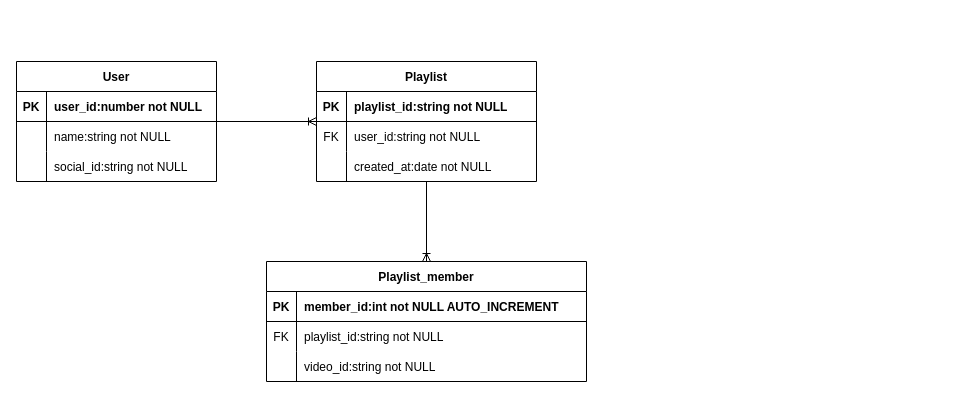
toki0902/psApp_Nextjs keeps this draw.io diagram as docs/er.drawio. Above is the earlier version. Source tidied: cells renumbered, new cells numbered last; positions are measured from the earlier drawing's top-left corner, leaving out a move shared by most shapes. Both pictures are drawn from the tidied source at 100%, with x=0, y=0 at pixel (16, 61).
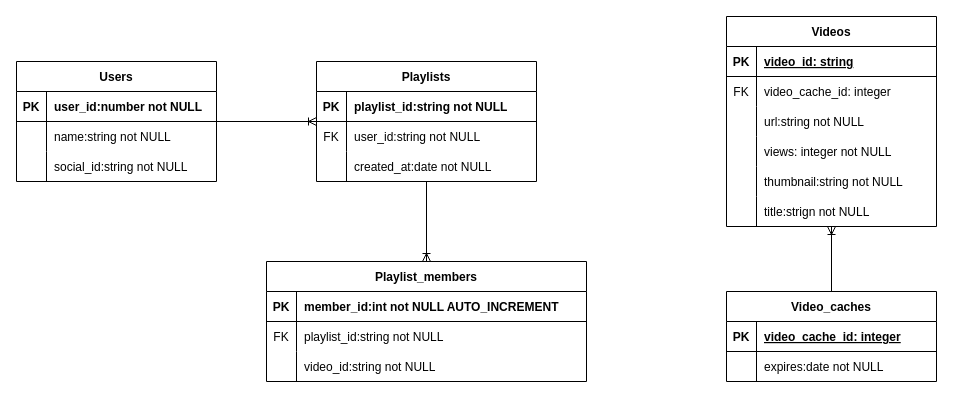
The same page after the edit.

The edit, as a diff of the source:
```diff
@@
-    <mxCell id="4" value="User" style="shape=table;startSize=30;childLayout=tableLayout;rowLines=0;fontStyle=1;align=center;" parent="1" vertex="1">
+    <mxCell id="4" value="Users" style="shape=table;startSize=30;childLayout=tableLayout;rowLines=0;fontStyle=1;align=center;" parent="1" vertex="1">
       <mxGeometry width="200" height="120" as="geometry" />
     </mxCell>
@@
-    <mxCell id="14" value="Playlist" style="shape=table;startSize=30;childLayout=tableLayout;rowLines=0;fontStyle=1;align=center;" parent="1" vertex="1">
+    <mxCell id="14" value="Playlists" style="shape=table;startSize=30;childLayout=tableLayout;rowLines=0;fontStyle=1;align=center;" parent="1" vertex="1">
       <mxGeometry x="300" width="220" height="120" as="geometry" />
     </mxCell>
@@
-    <mxCell id="24" value="Playlist_member" style="shape=table;startSize=30;childLayout=tableLayout;rowLines=0;fontStyle=1;align=center;" parent="1" vertex="1">
+    <mxCell id="24" value="Playlist_members" style="shape=table;startSize=30;childLayout=tableLayout;rowLines=0;fontStyle=1;align=center;" parent="1" vertex="1">
       <mxGeometry x="250" y="200" width="320" height="120" as="geometry" />
     </mxCell>
@@
+    <mxCell id="34" value="Videos" style="shape=table;startSize=30;childLayout=tableLayout;rowLines=0;fontStyle=1;align=center;" parent="1" vertex="1">
+      <mxGeometry x="710" y="-45" width="210" height="210" as="geometry" />
+    </mxCell>
+    <mxCell id="35" style="shape=tableRow;horizontal=0;startSize=0;swimlaneHead=0;swimlaneBody=0;fillColor=none;top=0;left=0;right=0;bottom=1;" parent="34" vertex="1">
+      <mxGeometry y="30" width="210" height="30" as="geometry" />
+    </mxCell>
+    <mxCell id="36" value="PK" style="shape=partialRectangle;fillColor=none;top=0;left=0;bottom=0;right=0;fontStyle=1;overflow=hidden;" parent="35" vertex="1">
+      <mxGeometry width="30" height="30" as="geometry" />
+    </mxCell>
+    <mxCell id="37" value="video_id: string" style="shape=partialRectangle;fillColor=none;top=0;left=0;bottom=0;right=0;align=left;spacingLeft=6;fontStyle=5;overflow=hidden;" parent="35" vertex="1">
+      <mxGeometry x="30" width="180" height="30" as="geometry" />
+    </mxCell>
+    <mxCell id="38" style="shape=tableRow;horizontal=0;startSize=0;swimlaneHead=0;swimlaneBody=0;fillColor=none;top=0;left=0;right=0;bottom=0;" parent="34" vertex="1">
+      <mxGeometry y="60" width="210" height="30" as="geometry" />
+    </mxCell>
+    <mxCell id="39" value="FK" style="shape=partialRectangle;fillColor=none;top=0;left=0;bottom=0;right=0;overflow=hidden;" parent="38" vertex="1">
+      <mxGeometry width="30" height="30" as="geometry" />
+    </mxCell>
+    <mxCell id="40" value="video_cache_id: integer" style="shape=partialRectangle;fillColor=none;top=0;left=0;bottom=0;right=0;align=left;spacingLeft=6;overflow=hidden;" parent="38" vertex="1">
+      <mxGeometry x="30" width="180" height="30" as="geometry" />
+    </mxCell>
+    <mxCell id="41" style="shape=tableRow;horizontal=0;startSize=0;swimlaneHead=0;swimlaneBody=0;fillColor=none;top=0;left=0;right=0;bottom=0;" parent="34" vertex="1">
+      <mxGeometry y="90" width="210" height="30" as="geometry" />
+    </mxCell>
+    <mxCell id="42" style="shape=partialRectangle;fillColor=none;top=0;left=0;bottom=0;right=0;overflow=hidden;" parent="41" vertex="1">
+      <mxGeometry width="30" height="30" as="geometry" />
+    </mxCell>
+    <mxCell id="43" value="url:string not NULL" style="shape=partialRectangle;fillColor=none;top=0;left=0;bottom=0;right=0;align=left;spacingLeft=6;overflow=hidden;" parent="41" vertex="1">
+      <mxGeometry x="30" width="180" height="30" as="geometry" />
+    </mxCell>
+    <mxCell id="44" style="shape=tableRow;horizontal=0;startSize=0;swimlaneHead=0;swimlaneBody=0;fillColor=none;top=0;left=0;right=0;bottom=0;" parent="34" vertex="1">
+      <mxGeometry y="120" width="210" height="30" as="geometry" />
+    </mxCell>
+    <mxCell id="45" style="shape=partialRectangle;fillColor=none;top=0;left=0;bottom=0;right=0;overflow=hidden;" parent="44" vertex="1">
+      <mxGeometry width="30" height="30" as="geometry" />
+    </mxCell>
+    <mxCell id="46" value="views: integer not NULL" style="shape=partialRectangle;fillColor=none;top=0;left=0;bottom=0;right=0;align=left;spacingLeft=6;overflow=hidden;" parent="44" vertex="1">
+      <mxGeometry x="30" width="180" height="30" as="geometry" />
+    </mxCell>
+    <mxCell id="47" style="shape=tableRow;horizontal=0;startSize=0;swimlaneHead=0;swimlaneBody=0;fillColor=none;top=0;left=0;right=0;bottom=0;" parent="34" vertex="1">
+      <mxGeometry y="150" width="210" height="30" as="geometry" />
+    </mxCell>
+    <mxCell id="48" style="shape=partialRectangle;fillColor=none;top=0;left=0;bottom=0;right=0;overflow=hidden;" parent="47" vertex="1">
+      <mxGeometry width="30" height="30" as="geometry" />
+    </mxCell>
+    <mxCell id="49" value="thumbnail:string not NULL" style="shape=partialRectangle;fillColor=none;top=0;left=0;bottom=0;right=0;align=left;spacingLeft=6;overflow=hidden;" parent="47" vertex="1">
+      <mxGeometry x="30" width="180" height="30" as="geometry" />
+    </mxCell>
+    <mxCell id="50" style="shape=tableRow;horizontal=0;startSize=0;swimlaneHead=0;swimlaneBody=0;fillColor=none;top=0;left=0;right=0;bottom=0;" parent="34" vertex="1">
+      <mxGeometry y="180" width="210" height="30" as="geometry" />
+    </mxCell>
+    <mxCell id="51" style="shape=partialRectangle;fillColor=none;top=0;left=0;bottom=0;right=0;overflow=hidden;" parent="50" vertex="1">
+      <mxGeometry width="30" height="30" as="geometry" />
+    </mxCell>
+    <mxCell id="52" value="title:strign not NULL" style="shape=partialRectangle;fillColor=none;top=0;left=0;bottom=0;right=0;align=left;spacingLeft=6;overflow=hidden;" parent="50" vertex="1">
+      <mxGeometry x="30" width="180" height="30" as="geometry" />
+    </mxCell>
+    <mxCell id="53" value="Video_caches" style="shape=table;startSize=30;childLayout=tableLayout;rowLines=0;fontStyle=1;align=center;" parent="1" vertex="1">
+      <mxGeometry x="710" y="230" width="210" height="90" as="geometry" />
+    </mxCell>
+    <mxCell id="54" style="shape=tableRow;horizontal=0;startSize=0;swimlaneHead=0;swimlaneBody=0;fillColor=none;top=0;left=0;right=0;bottom=1;" parent="53" vertex="1">
+      <mxGeometry y="30" width="210" height="30" as="geometry" />
+    </mxCell>
+    <mxCell id="55" value="PK" style="shape=partialRectangle;fillColor=none;top=0;left=0;bottom=0;right=0;fontStyle=1;overflow=hidden;" parent="54" vertex="1">
+      <mxGeometry width="30" height="30" as="geometry" />
+    </mxCell>
+    <mxCell id="56" value="video_cache_id: integer" style="shape=partialRectangle;fillColor=none;top=0;left=0;bottom=0;right=0;align=left;spacingLeft=6;fontStyle=5;overflow=hidden;" parent="54" vertex="1">
+      <mxGeometry x="30" width="180" height="30" as="geometry" />
+    </mxCell>
+    <mxCell id="57" style="shape=tableRow;horizontal=0;startSize=0;swimlaneHead=0;swimlaneBody=0;fillColor=none;top=0;left=0;right=0;bottom=0;" parent="53" vertex="1">
+      <mxGeometry y="60" width="210" height="30" as="geometry" />
+    </mxCell>
+    <mxCell id="58" style="shape=partialRectangle;fillColor=none;top=0;left=0;bottom=0;right=0;overflow=hidden;" parent="57" vertex="1">
+      <mxGeometry width="30" height="30" as="geometry" />
+    </mxCell>
+    <mxCell id="59" value="expires:date not NULL" style="shape=partialRectangle;fillColor=none;top=0;left=0;bottom=0;right=0;align=left;spacingLeft=6;overflow=hidden;" parent="57" vertex="1">
+      <mxGeometry x="30" width="180" height="30" as="geometry" />
+    </mxCell>
+    <mxCell id="60" style="fontSize=12;html=1;endArrow=ERoneToMany;" parent="1" edge="1" source="53" target="34">
+      <mxGeometry relative="1" as="geometry" />
+    </mxCell>
```
